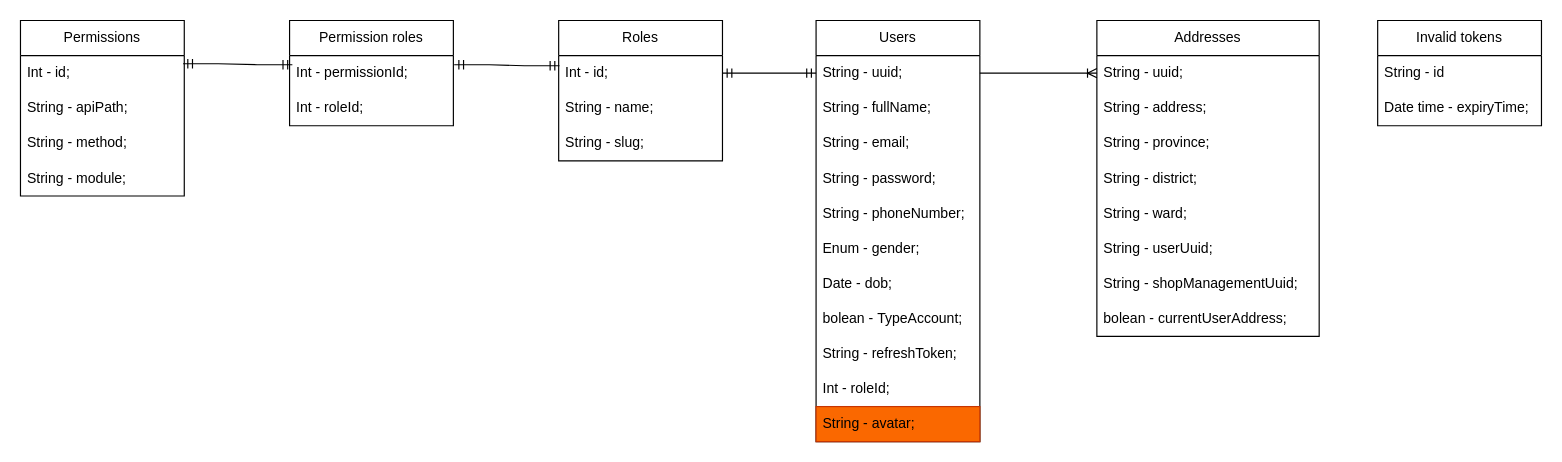
Above: page "Identity service entity" (2 of 7) of Microservice_clothing_shop.drawio in hoang2912002/e-commerce (draw.io), before the change. Source tidied: cells renumbered, new cells numbered last; positions are measured from the earlier drawing's top-left corner, leaving out a move shared by most shapes. Both pictures are drawn from the tidied source at 117%, with x=0, y=0 at pixel (20, 20).
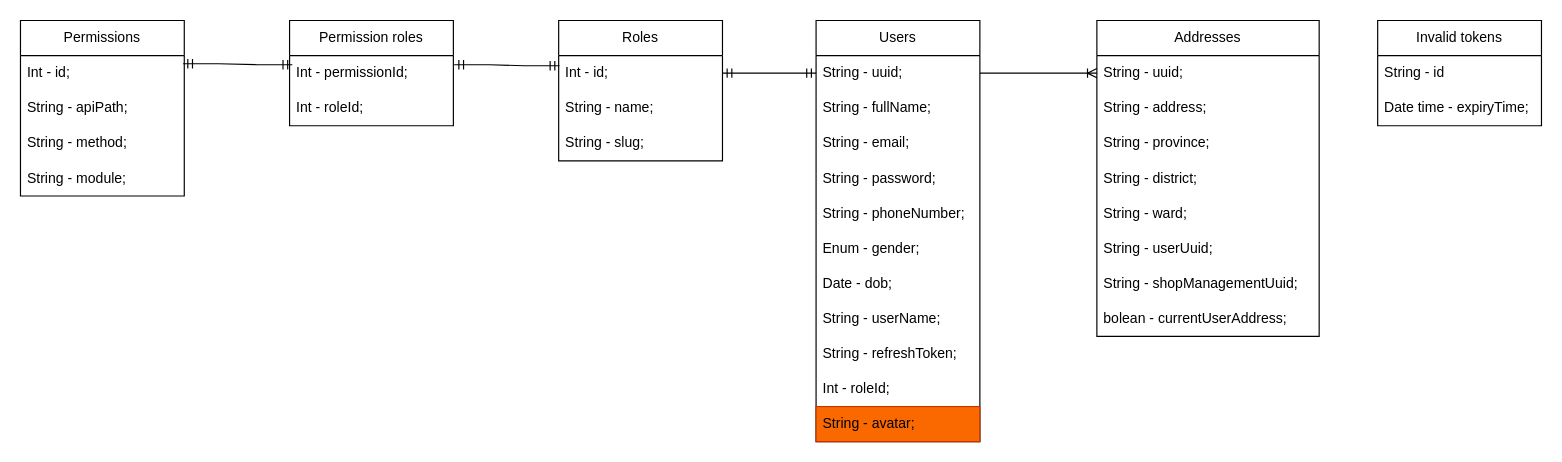
The same page after the edit.

Unchanged cells that the change refers to:
```xml
<mxCell id="2" value="Users" style="swimlane;fontStyle=0;horizontal=1;startSize=30;whiteSpace=wrap;html=1;" parent="1" vertex="1">
  <mxGeometry x="680" width="140" height="360" as="geometry" />
</mxCell>
```

Change to the diagram source:
```diff
@@
-    <mxCell id="10" value="bolean -&amp;nbsp;TypeAccount;" style="text;strokeColor=none;fillColor=none;align=left;verticalAlign=middle;spacingLeft=4;spacingRight=4;overflow=hidden;whiteSpace=wrap;html=1;" parent="2" vertex="1">
+    <mxCell id="10" value="String - userName;" style="text;strokeColor=none;fillColor=none;align=left;verticalAlign=middle;spacingLeft=4;spacingRight=4;overflow=hidden;whiteSpace=wrap;html=1;" parent="2" vertex="1">
       <mxGeometry y="240" width="140" height="30" as="geometry" />
     </mxCell>
```
